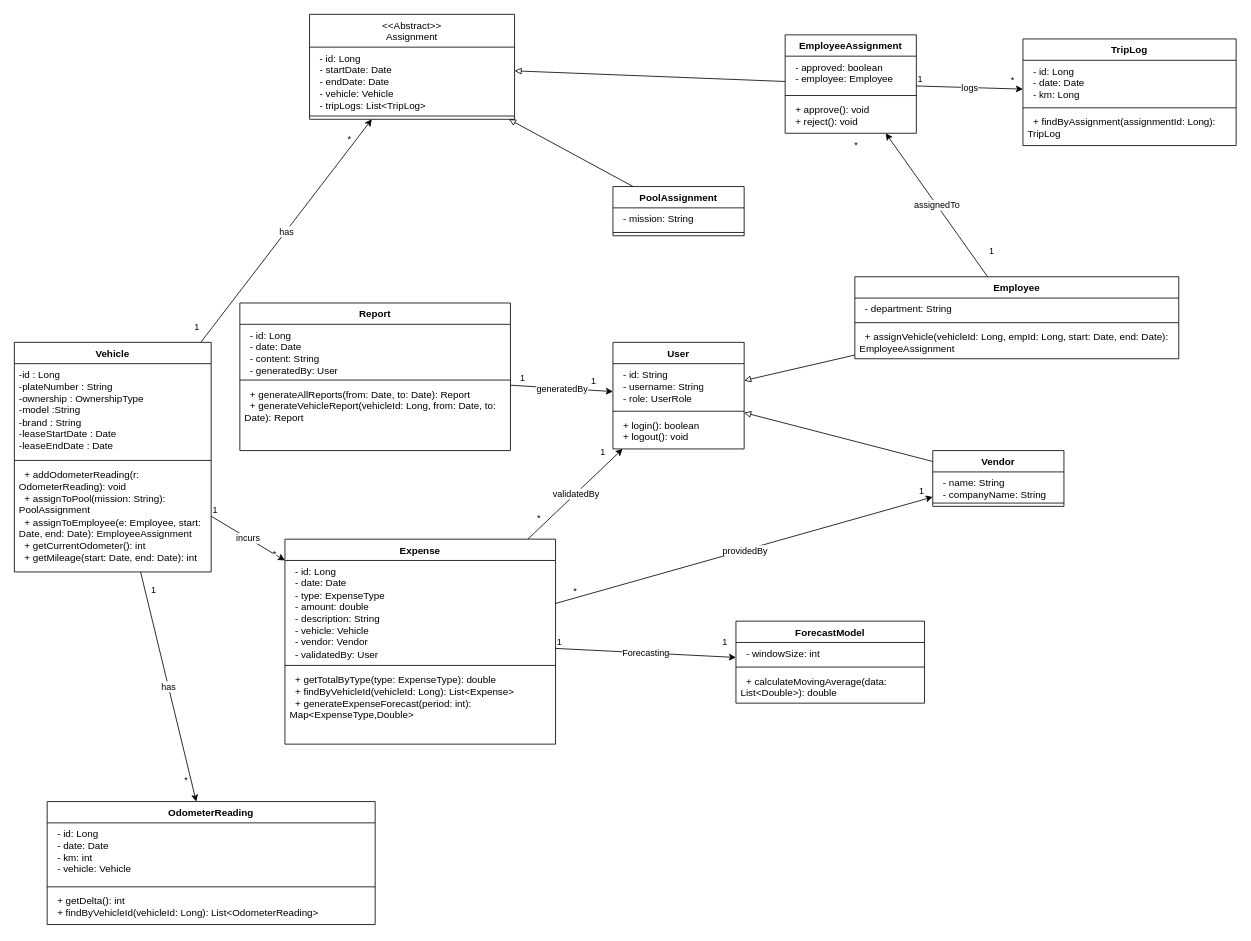
Above: diagrams/design_class_diagram.drawio in melihyelman/yazilimi-muhendisligi-proje (draw.io), before the change. Source tidied: cells renumbered, new cells numbered last; positions are measured from the earlier drawing's top-left corner, leaving out a move shared by most shapes. Both pictures are drawn from the tidied source at 82%, with x=0, y=0 at pixel (14, 14).
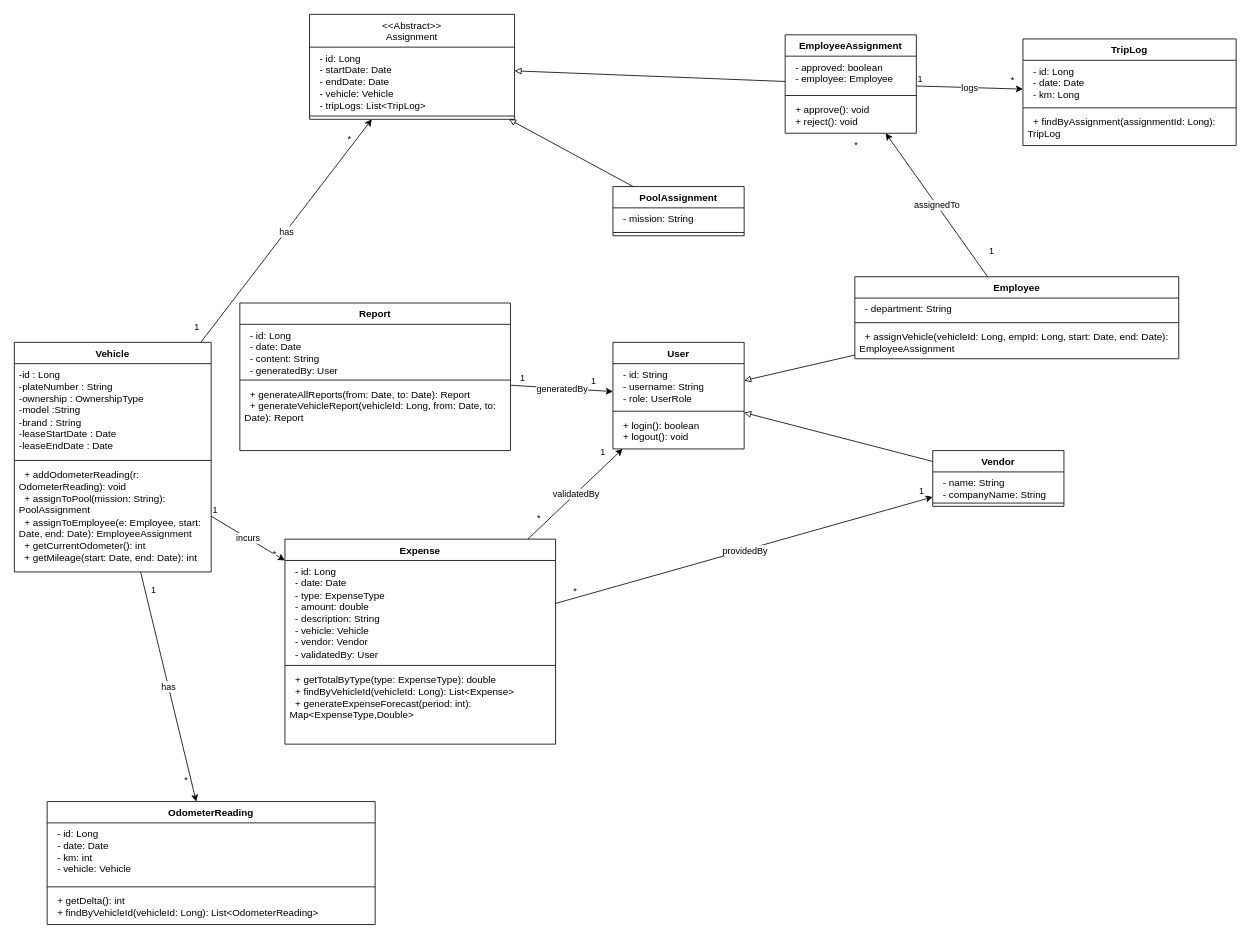
After the change.

Unchanged cells that the change refers to:
```xml
<mxCell id="21" value="Expense" style="swimlane;fontStyle=1;align=center;verticalAlign=top;horizontal=1;startSize=26;whiteSpace=wrap;html=1;" parent="1" vertex="1">
  <mxGeometry x="330" y="640" width="330" height="250" as="geometry" />
</mxCell>
```

What changed in the source:
```diff
@@
-    <mxCell id="32" value="ForecastModel" style="swimlane;fontStyle=1;align=center;verticalAlign=top;horizontal=1;startSize=26;whiteSpace=wrap;html=1;" parent="1" vertex="1">
-      <mxGeometry x="880" y="740" width="230" height="100" as="geometry" />
-    </mxCell>
-    <mxCell id="33" value="&amp;nbsp; - windowSize: int" style="text;strokeColor=none;fillColor=none;align=left;verticalAlign=top;spacingLeft=4;spacingRight=4;overflow=hidden;whiteSpace=wrap;html=1;" parent="32" vertex="1">
-      <mxGeometry y="26" width="230" height="26" as="geometry" />
-    </mxCell>
-    <mxCell id="34" style="line;strokeWidth=1;fillColor=none;align=left;verticalAlign=middle;spacingTop=-1;spacingLeft=3;spacingRight=3;labelPosition=right;strokeColor=inherit;" parent="32" vertex="1">
-      <mxGeometry y="52" width="230" height="8" as="geometry" />
-    </mxCell>
-    <mxCell id="35" value="&amp;nbsp; + calculateMovingAverage(data: List&amp;lt;Double&amp;gt;): double" style="text;strokeColor=none;fillColor=none;align=left;verticalAlign=top;spacingLeft=4;spacingRight=4;overflow=hidden;whiteSpace=wrap;html=1;" parent="32" vertex="1">
-      <mxGeometry y="60" width="230" height="40" as="geometry" />
-    </mxCell>
@@
-    <mxCell id="63" style="endArrow=classic;html=1;rounded=0;" parent="1" edge="1" source="21" target="32">
-      <mxGeometry relative="1" as="geometry" />
-    </mxCell>
-    <mxCell id="64" value="Forecasting" style="edgeLabel;html=1;align=center;verticalAlign=middle;" parent="63" vertex="1">
-      <mxGeometry relative="1" as="geometry" />
-    </mxCell>
-    <mxCell id="65" value="1" style="edgeLabel;html=1;align=left;verticalAlign=bottom;" parent="63" vertex="1">
-      <mxGeometry x="-1" relative="1" as="geometry" />
-    </mxCell>
-    <mxCell id="66" value="1" style="edgeLabel;html=1;align=right;verticalAlign=bottom;" parent="63" vertex="1">
-      <mxGeometry x="1" relative="1" as="geometry">
-        <mxPoint x="-10" y="-10" as="offset" />
-      </mxGeometry>
-    </mxCell>
```
